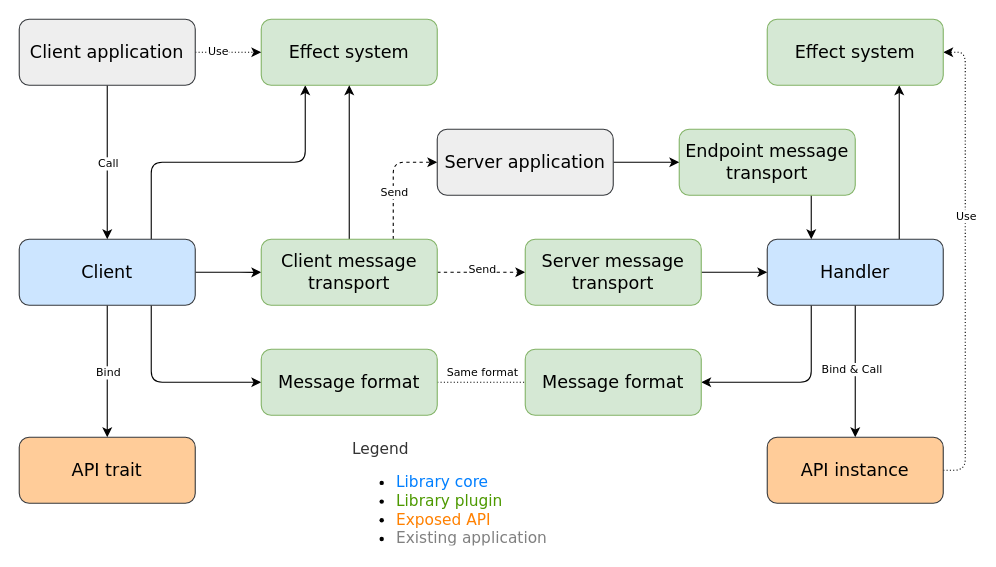
Before: doc/diagrams/architecture.drawio in martin-ockajak/automorph, a draw.io diagram. Source tidied: cells renumbered, new cells numbered last; positions are measured from the earlier drawing's top-left corner, leaving out a move shared by most shapes. Both pictures are drawn from the tidied source at 110%, with x=0, y=0 at pixel (19, 19).
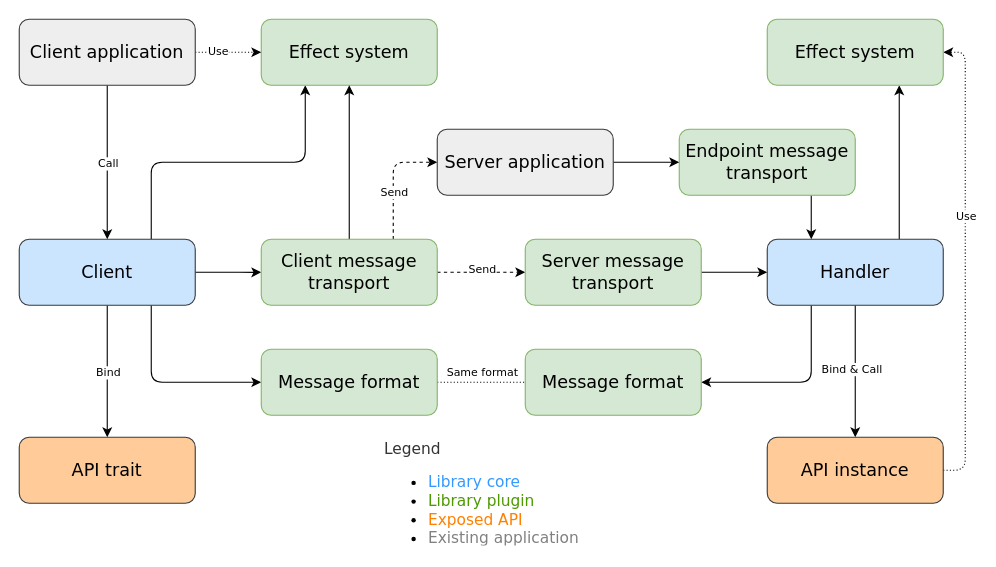
Above is the later version.

Diff of the diagram source:
```diff
@@
-    <mxCell id="42" value="&lt;div style=&quot;font-size: 14px&quot;&gt;&lt;font color=&quot;#333333&quot; style=&quot;font-size: 14px&quot;&gt;Legend&lt;/font&gt;&lt;/div&gt;&lt;ul style=&quot;font-size: 14px&quot;&gt;&lt;li&gt;&lt;font color=&quot;#007fff&quot; style=&quot;font-size: 14px&quot;&gt;Library core&lt;/font&gt;&lt;/li&gt;&lt;li&gt;&lt;font color=&quot;#4d9900&quot; style=&quot;font-size: 14px&quot;&gt;Library plugin&lt;/font&gt;&lt;/li&gt;&lt;li&gt;&lt;font color=&quot;#ff8000&quot; style=&quot;font-size: 14px&quot;&gt;Exposed API&lt;/font&gt;&lt;/li&gt;&lt;li&gt;&lt;font color=&quot;#808080&quot; style=&quot;font-size: 14px&quot;&gt;Existing application&lt;/font&gt;&lt;/li&gt;&lt;/ul&gt;" style="text;strokeColor=none;fillColor=none;html=1;whiteSpace=wrap;verticalAlign=middle;overflow=hidden;fontFamily=Verdana;fontSize=12;align=left;" parent="1" vertex="1">
-      <mxGeometry x="301" y="380" width="239" height="100" as="geometry" />
+    <mxCell id="42" value="&lt;div style=&quot;font-size: 14px&quot;&gt;&lt;font color=&quot;#333333&quot; style=&quot;font-size: 14px&quot;&gt;Legend&lt;/font&gt;&lt;/div&gt;&lt;ul style=&quot;font-size: 14px&quot;&gt;&lt;li&gt;&lt;font style=&quot;font-size: 14px&quot; color=&quot;#3399ff&quot;&gt;Library core&lt;/font&gt;&lt;/li&gt;&lt;li&gt;&lt;font style=&quot;font-size: 14px&quot; color=&quot;#4d9900&quot;&gt;Library plugin&lt;/font&gt;&lt;/li&gt;&lt;li&gt;&lt;font color=&quot;#ff8000&quot; style=&quot;font-size: 14px&quot;&gt;Exposed API&lt;/font&gt;&lt;/li&gt;&lt;li&gt;&lt;font color=&quot;#808080&quot; style=&quot;font-size: 14px&quot;&gt;Existing application&lt;/font&gt;&lt;/li&gt;&lt;/ul&gt;" style="text;strokeColor=none;fillColor=none;html=1;whiteSpace=wrap;verticalAlign=middle;overflow=hidden;fontFamily=Verdana;fontSize=12;align=left;" parent="1" vertex="1">
+      <mxGeometry x="330" y="380" width="210" height="100" as="geometry" />
     </mxCell>
```
